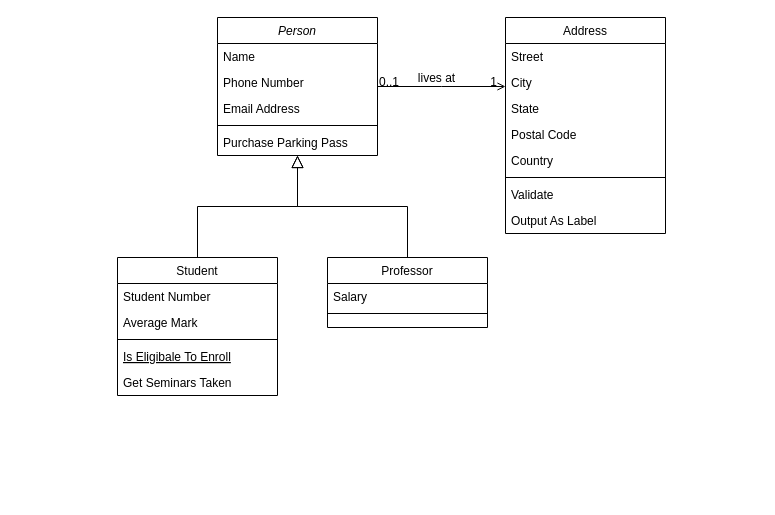
The draw.io diagram drawio_multiple_classes/multiple_classes.drawio in SinnottTM/codeclan_w2_d1_phyton_classes_intro, before the edit. Source tidied: cells renumbered, new cells numbered last; positions are measured from the earlier drawing's top-left corner, leaving out a move shared by most shapes. Both pictures are drawn from the tidied source at 100%, with x=0, y=0 at pixel (117, 17).
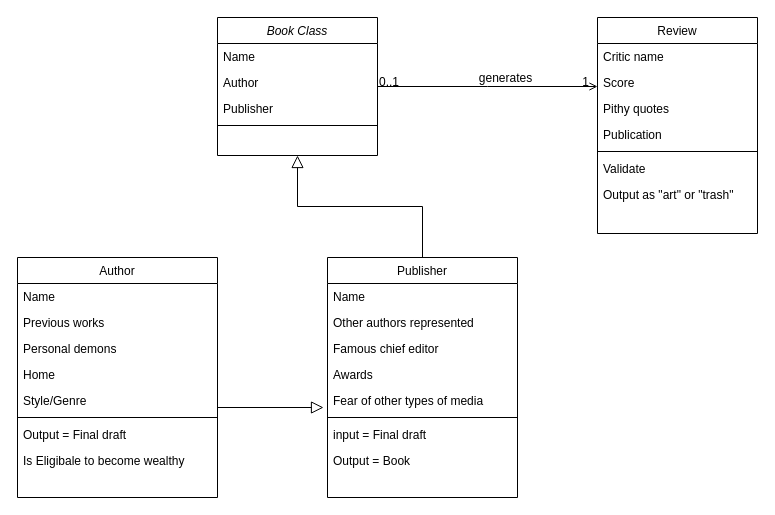
After the change.

The change refers to these unchanged cells:
```xml
<mxCell id="28" style="endArrow=open;shadow=0;strokeWidth=1;rounded=0;endFill=1;edgeStyle=elbowEdgeStyle;elbow=vertical;" parent="1" edge="1" source="2" target="19">
  <mxGeometry x="0.5" y="41" relative="1" as="geometry">
    <mxPoint x="-40" y="32" as="offset" />
  </mxGeometry>
</mxCell>
```

Change to the diagram source:
```diff
@@
-    <mxCell id="2" value="Person" style="swimlane;fontStyle=2;align=center;verticalAlign=top;horizontal=1;startSize=26;rounded=0;shadow=0;strokeWidth=1;" parent="1" vertex="1">
+    <mxCell id="2" value="Book Class" style="swimlane;fontStyle=2;align=center;verticalAlign=top;horizontal=1;startSize=26;rounded=0;shadow=0;strokeWidth=1;" parent="1" vertex="1">
       <mxGeometry x="100" width="160" height="138" as="geometry" />
     </mxCell>
@@
-    <mxCell id="4" value="Phone Number" style="text;align=left;verticalAlign=top;spacingLeft=4;spacingRight=4;overflow=hidden;rounded=0;shadow=0;html=0;" parent="2" vertex="1">
+    <mxCell id="4" value="Author" style="text;align=left;verticalAlign=top;spacingLeft=4;spacingRight=4;overflow=hidden;rounded=0;shadow=0;html=0;" parent="2" vertex="1">
       <mxGeometry y="52" width="160" height="26" as="geometry" />
     </mxCell>
-    <mxCell id="5" value="Email Address" style="text;align=left;verticalAlign=top;spacingLeft=4;spacingRight=4;overflow=hidden;rounded=0;shadow=0;html=0;" parent="2" vertex="1">
+    <mxCell id="5" value="Publisher" style="text;align=left;verticalAlign=top;spacingLeft=4;spacingRight=4;overflow=hidden;rounded=0;shadow=0;html=0;" parent="2" vertex="1">
       <mxGeometry y="78" width="160" height="26" as="geometry" />
     </mxCell>
@@
-    <mxCell id="7" value="Purchase Parking Pass" style="text;align=left;verticalAlign=top;spacingLeft=4;spacingRight=4;overflow=hidden;" parent="2" vertex="1">
-      <mxGeometry y="112" width="160" height="26" as="geometry" />
-    </mxCell>
-    <mxCell id="8" value="Student" style="swimlane;fontStyle=0;align=center;verticalAlign=top;horizontal=1;startSize=26;rounded=0;shadow=0;strokeWidth=1;" parent="1" vertex="1">
-      <mxGeometry y="240" width="160" height="138" as="geometry" />
+    <mxCell id="8" value="Author" style="swimlane;fontStyle=0;align=center;verticalAlign=top;horizontal=1;startSize=26;rounded=0;shadow=0;strokeWidth=1;" parent="1" vertex="1">
+      <mxGeometry x="-100" y="240" width="200" height="240" as="geometry" />
     </mxCell>
-    <mxCell id="9" value="Student Number" style="text;align=left;verticalAlign=top;spacingLeft=4;spacingRight=4;overflow=hidden;" parent="8" vertex="1">
-      <mxGeometry y="26" width="160" height="26" as="geometry" />
+    <mxCell id="9" value="Name" style="text;align=left;verticalAlign=top;spacingLeft=4;spacingRight=4;overflow=hidden;" parent="8" vertex="1">
+      <mxGeometry y="26" width="200" height="26" as="geometry" />
     </mxCell>
-    <mxCell id="10" value="Average Mark" style="text;align=left;verticalAlign=top;spacingLeft=4;spacingRight=4;overflow=hidden;rounded=0;shadow=0;html=0;" parent="8" vertex="1">
-      <mxGeometry y="52" width="160" height="26" as="geometry" />
+    <mxCell id="10" value="Previous works" style="text;align=left;verticalAlign=top;spacingLeft=4;spacingRight=4;overflow=hidden;rounded=0;shadow=0;html=0;" parent="8" vertex="1">
+      <mxGeometry y="52" width="200" height="26" as="geometry" />
     </mxCell>
+    <mxCell id="32" value="Personal demons" style="text;align=left;verticalAlign=top;spacingLeft=4;spacingRight=4;overflow=hidden;fontStyle=0;" parent="8" vertex="1">
+      <mxGeometry y="78" width="200" height="26" as="geometry" />
+    </mxCell>
+    <mxCell id="33" value="Home" style="text;align=left;verticalAlign=top;spacingLeft=4;spacingRight=4;overflow=hidden;fontStyle=0;" parent="8" vertex="1">
+      <mxGeometry y="104" width="200" height="26" as="geometry" />
+    </mxCell>
+    <mxCell id="34" value="Style/Genre" style="text;align=left;verticalAlign=top;spacingLeft=4;spacingRight=4;overflow=hidden;fontStyle=0;" parent="8" vertex="1">
+      <mxGeometry y="130" width="200" height="26" as="geometry" />
+    </mxCell>
     <mxCell id="11" style="line;html=1;strokeWidth=1;align=left;verticalAlign=middle;spacingTop=-1;spacingLeft=3;spacingRight=3;labelPosition=right;" parent="8" vertex="1">
-      <mxGeometry y="78" width="160" height="8" as="geometry" />
+      <mxGeometry y="156" width="200" height="8" as="geometry" />
     </mxCell>
+    <mxCell id="13" value="Output = Final draft" style="text;align=left;verticalAlign=top;spacingLeft=4;spacingRight=4;overflow=hidden;" parent="8" vertex="1">
+      <mxGeometry y="164" width="200" height="26" as="geometry" />
+    </mxCell>
-    <mxCell id="12" value="Is Eligibale To Enroll" style="text;align=left;verticalAlign=top;spacingLeft=4;spacingRight=4;overflow=hidden;fontStyle=4;" parent="8" vertex="1">
-      <mxGeometry y="86" width="160" height="26" as="geometry" />
+    <mxCell id="12" value="Is Eligibale to become wealthy&#10;" style="text;align=left;verticalAlign=top;spacingLeft=4;spacingRight=4;overflow=hidden;fontStyle=0;" parent="8" vertex="1">
+      <mxGeometry y="190" width="200" height="26" as="geometry" />
     </mxCell>
-    <mxCell id="13" value="Get Seminars Taken" style="text;align=left;verticalAlign=top;spacingLeft=4;spacingRight=4;overflow=hidden;" parent="8" vertex="1">
-      <mxGeometry y="112" width="160" height="26" as="geometry" />
-    </mxCell>
-    <mxCell id="14" style="endArrow=block;endSize=10;endFill=0;shadow=0;strokeWidth=1;rounded=0;edgeStyle=elbowEdgeStyle;elbow=vertical;" parent="1" edge="1" source="8" target="2">
-      <mxGeometry relative="1" as="geometry" />
+    <mxCell id="14" style="endArrow=block;endSize=10;endFill=0;shadow=0;strokeWidth=1;rounded=0;edgeStyle=elbowEdgeStyle;elbow=vertical;entryX=-0.021;entryY=0.769;entryDx=0;entryDy=0;entryPerimeter=0;" parent="1" edge="1" source="8" target="39">
+      <mxGeometry relative="1" as="geometry">
+        <Array as="points">
+          <mxPoint x="180" y="390" />
+          <mxPoint x="130" y="200" />
+        </Array>
+      </mxGeometry>
     </mxCell>
-    <mxCell id="15" value="Professor" style="swimlane;fontStyle=0;align=center;verticalAlign=top;horizontal=1;startSize=26;rounded=0;shadow=0;strokeWidth=1;" parent="1" vertex="1">
-      <mxGeometry x="210" y="240" width="160" height="70" as="geometry" />
+    <mxCell id="15" value="Publisher" style="swimlane;fontStyle=0;align=center;verticalAlign=top;horizontal=1;startSize=26;rounded=0;shadow=0;strokeWidth=1;" parent="1" vertex="1">
+      <mxGeometry x="210" y="240" width="190" height="240" as="geometry" />
     </mxCell>
-    <mxCell id="16" value="Salary" style="text;align=left;verticalAlign=top;spacingLeft=4;spacingRight=4;overflow=hidden;" parent="15" vertex="1">
-      <mxGeometry y="26" width="160" height="26" as="geometry" />
-    </mxCell>
+    <mxCell id="35" value="Name" style="text;align=left;verticalAlign=top;spacingLeft=4;spacingRight=4;overflow=hidden;" parent="15" vertex="1">
+      <mxGeometry y="26" width="190" height="26" as="geometry" />
+    </mxCell>
+    <mxCell id="36" value="Other authors represented" style="text;align=left;verticalAlign=top;spacingLeft=4;spacingRight=4;overflow=hidden;" parent="15" vertex="1">
+      <mxGeometry y="52" width="190" height="26" as="geometry" />
+    </mxCell>
+    <mxCell id="37" value="Famous chief editor" style="text;align=left;verticalAlign=top;spacingLeft=4;spacingRight=4;overflow=hidden;" parent="15" vertex="1">
+      <mxGeometry y="78" width="190" height="26" as="geometry" />
+    </mxCell>
+    <mxCell id="38" value="Awards" style="text;align=left;verticalAlign=top;spacingLeft=4;spacingRight=4;overflow=hidden;" parent="15" vertex="1">
+      <mxGeometry y="104" width="190" height="26" as="geometry" />
+    </mxCell>
+    <mxCell id="39" value="Fear of other types of media" style="text;align=left;verticalAlign=top;spacingLeft=4;spacingRight=4;overflow=hidden;points=[[0,0.5],[1,0.5]];portConstraint=eastwest;" parent="15" vertex="1">
+      <mxGeometry y="130" width="190" height="26" as="geometry" />
+    </mxCell>
     <mxCell id="17" style="line;html=1;strokeWidth=1;align=left;verticalAlign=middle;spacingTop=-1;spacingLeft=3;spacingRight=3;labelPosition=right;" parent="15" vertex="1">
-      <mxGeometry y="52" width="160" height="8" as="geometry" />
+      <mxGeometry y="156" width="190" height="8" as="geometry" />
     </mxCell>
+    <mxCell id="40" value="input = Final draft" style="text;align=left;verticalAlign=top;spacingLeft=4;spacingRight=4;overflow=hidden;" parent="15" vertex="1">
+      <mxGeometry y="164" width="190" height="26" as="geometry" />
+    </mxCell>
+    <mxCell id="41" value="Output = Book" style="text;align=left;verticalAlign=top;spacingLeft=4;spacingRight=4;overflow=hidden;" parent="15" vertex="1">
+      <mxGeometry y="190" width="190" height="26" as="geometry" />
+    </mxCell>
@@
-    <mxCell id="19" value="Address" style="swimlane;fontStyle=0;align=center;verticalAlign=top;horizontal=1;startSize=26;rounded=0;shadow=0;strokeWidth=1;" parent="1" vertex="1">
-      <mxGeometry x="388" width="160" height="216" as="geometry" />
+    <mxCell id="19" value="Review" style="swimlane;fontStyle=0;align=center;verticalAlign=top;horizontal=1;startSize=26;rounded=0;shadow=0;strokeWidth=1;" parent="1" vertex="1">
+      <mxGeometry x="480" width="160" height="216" as="geometry" />
     </mxCell>
-    <mxCell id="20" value="Street" style="text;align=left;verticalAlign=top;spacingLeft=4;spacingRight=4;overflow=hidden;" parent="19" vertex="1">
+    <mxCell id="20" value="Critic name" style="text;align=left;verticalAlign=top;spacingLeft=4;spacingRight=4;overflow=hidden;" parent="19" vertex="1">
       <mxGeometry y="26" width="160" height="26" as="geometry" />
     </mxCell>
-    <mxCell id="21" value="City" style="text;align=left;verticalAlign=top;spacingLeft=4;spacingRight=4;overflow=hidden;rounded=0;shadow=0;html=0;" parent="19" vertex="1">
+    <mxCell id="21" value="Score" style="text;align=left;verticalAlign=top;spacingLeft=4;spacingRight=4;overflow=hidden;rounded=0;shadow=0;html=0;" parent="19" vertex="1">
       <mxGeometry y="52" width="160" height="26" as="geometry" />
     </mxCell>
-    <mxCell id="22" value="State" style="text;align=left;verticalAlign=top;spacingLeft=4;spacingRight=4;overflow=hidden;rounded=0;shadow=0;html=0;" parent="19" vertex="1">
+    <mxCell id="22" value="Pithy quotes" style="text;align=left;verticalAlign=top;spacingLeft=4;spacingRight=4;overflow=hidden;rounded=0;shadow=0;html=0;" parent="19" vertex="1">
       <mxGeometry y="78" width="160" height="26" as="geometry" />
     </mxCell>
-    <mxCell id="23" value="Postal Code" style="text;align=left;verticalAlign=top;spacingLeft=4;spacingRight=4;overflow=hidden;rounded=0;shadow=0;html=0;" parent="19" vertex="1">
-      <mxGeometry y="104" width="160" height="26" as="geometry" />
-    </mxCell>
-    <mxCell id="24" value="Country" style="text;align=left;verticalAlign=top;spacingLeft=4;spacingRight=4;overflow=hidden;rounded=0;shadow=0;html=0;" parent="19" vertex="1">
-      <mxGeometry y="130" width="160" height="26" as="geometry" />
+    <mxCell id="24" value="Publication" style="text;align=left;verticalAlign=top;spacingLeft=4;spacingRight=4;overflow=hidden;rounded=0;shadow=0;html=0;" parent="19" vertex="1">
+      <mxGeometry y="104" width="160" height="26" as="geometry" />
     </mxCell>
     <mxCell id="25" style="line;html=1;strokeWidth=1;align=left;verticalAlign=middle;spacingTop=-1;spacingLeft=3;spacingRight=3;labelPosition=right;" parent="19" vertex="1">
-      <mxGeometry y="156" width="160" height="8" as="geometry" />
+      <mxGeometry y="130" width="160" height="8" as="geometry" />
     </mxCell>
     <mxCell id="26" value="Validate" style="text;align=left;verticalAlign=top;spacingLeft=4;spacingRight=4;overflow=hidden;" parent="19" vertex="1">
-      <mxGeometry y="164" width="160" height="26" as="geometry" />
+      <mxGeometry y="138" width="160" height="26" as="geometry" />
     </mxCell>
-    <mxCell id="27" value="Output As Label" style="text;align=left;verticalAlign=top;spacingLeft=4;spacingRight=4;overflow=hidden;" parent="19" vertex="1">
-      <mxGeometry y="190" width="160" height="26" as="geometry" />
+    <mxCell id="27" value="Output as &quot;art&quot; or &quot;trash&quot;" style="text;align=left;verticalAlign=top;spacingLeft=4;spacingRight=4;overflow=hidden;" parent="19" vertex="1">
+      <mxGeometry y="164" width="160" height="26" as="geometry" />
     </mxCell>
@@
-    <mxCell id="31" value="lives at" style="text;html=1;align=center;verticalAlign=middle;labelBackgroundColor=none;rounded=0;shadow=0;strokeWidth=1;fontSize=12;" parent="28" vertex="1">
+    <mxCell id="31" value="generates" style="text;html=1;align=center;verticalAlign=middle;labelBackgroundColor=none;rounded=0;shadow=0;strokeWidth=1;fontSize=12;" parent="28" vertex="1">
       <mxGeometry x="0.5" y="49" relative="1" as="geometry">
         <mxPoint x="-38" y="40" as="offset" />
       </mxGeometry>
     </mxCell>
```
